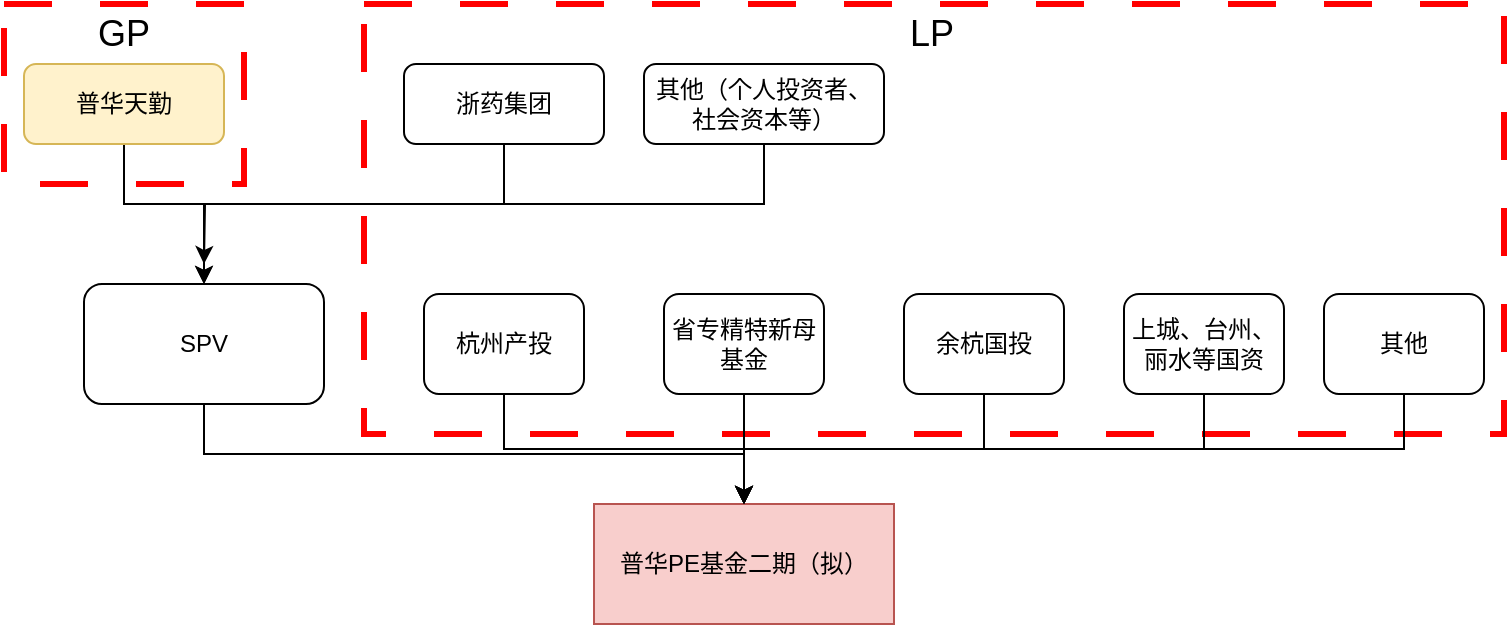
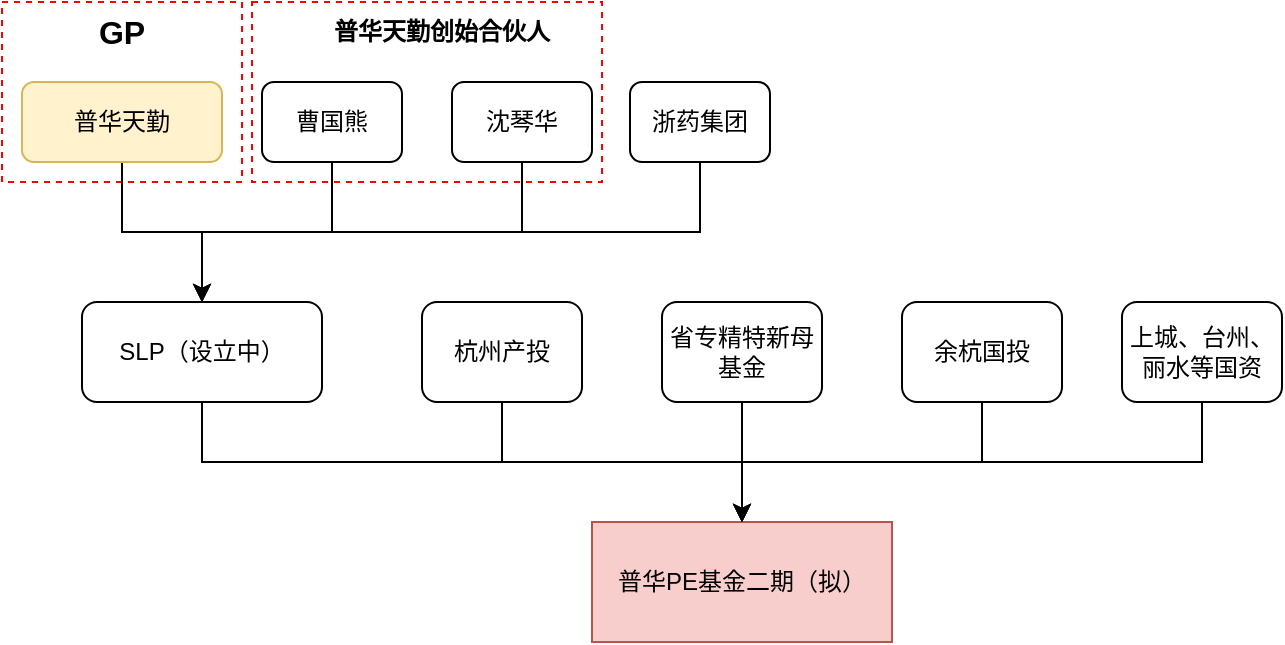
<mxfile host="app.diagrams.net">
  <diagram name="第 1 页" id="vSzaqKl99AmnVXAkMBch">
    <mxGraphModel dx="964" dy="544" grid="1" gridSize="10" guides="1" tooltips="1" connect="1" arrows="1" fold="1" page="1" pageScale="1" pageWidth="827" pageHeight="1169" math="0" shadow="0">
      <root>
        <mxCell id="0" />
        <mxCell id="1" parent="0" />
-         <mxCell id="kHC86Wg_KiulxIVY_OA_-25" parent="1" style="rounded=0;whiteSpace=wrap;html=1;fillColor=none;dashed=1;dashPattern=8 8;strokeColor=#FF0000;strokeWidth=3;" value="" vertex="1">
-           <mxGeometry height="90" width="120" x="30" y="20" as="geometry" />
-         </mxCell>
-         <mxCell id="kHC86Wg_KiulxIVY_OA_-26" parent="1" style="rounded=0;whiteSpace=wrap;html=1;fillColor=none;dashed=1;dashPattern=8 8;strokeColor=#FF0000;strokeWidth=3;" value="" vertex="1">
-           <mxGeometry height="215" width="570" x="210" y="20" as="geometry" />
+         <mxCell id="fmcpgHuEquxP98MMi7LT-20" parent="1" style="rounded=0;whiteSpace=wrap;html=1;fillColor=none;dashed=1;strokeColor=#FF0000;" value="" vertex="1">
+           <mxGeometry height="90" width="120" x="30" y="10" as="geometry" />
        </mxCell>
        <mxCell id="kHC86Wg_KiulxIVY_OA_-30" edge="1" parent="1" source="kHC86Wg_KiulxIVY_OA_-1" style="edgeStyle=orthogonalEdgeStyle;rounded=0;orthogonalLoop=1;jettySize=auto;html=1;exitX=0.5;exitY=1;exitDx=0;exitDy=0;entryX=0.5;entryY=0;entryDx=0;entryDy=0;" target="kHC86Wg_KiulxIVY_OA_-5">
          <mxGeometry relative="1" as="geometry" />
        </mxCell>
-         <mxCell id="kHC86Wg_KiulxIVY_OA_-1" parent="1" style="rounded=1;whiteSpace=wrap;html=1;" value="SPV" vertex="1">
-           <mxGeometry height="60" width="120" x="70" y="160" as="geometry" />
+         <mxCell id="kHC86Wg_KiulxIVY_OA_-1" parent="1" style="rounded=1;whiteSpace=wrap;html=1;" value="SLP（设立中）" vertex="1">
+           <mxGeometry height="50" width="120" x="70" y="160" as="geometry" />
        </mxCell>
-         <mxCell id="fmcpgHuEquxP98MMi7LT-5" edge="1" parent="1" source="kHC86Wg_KiulxIVY_OA_-2" style="edgeStyle=orthogonalEdgeStyle;rounded=0;orthogonalLoop=1;jettySize=auto;html=1;exitX=0.5;exitY=1;exitDx=0;exitDy=0;">
-           <mxGeometry relative="1" as="geometry">
-             <mxPoint x="130" y="150" as="targetPoint" />
-           </mxGeometry>
+         <mxCell id="fmcpgHuEquxP98MMi7LT-12" edge="1" parent="1" source="kHC86Wg_KiulxIVY_OA_-2" style="edgeStyle=orthogonalEdgeStyle;rounded=0;orthogonalLoop=1;jettySize=auto;html=1;exitX=0.5;exitY=1;exitDx=0;exitDy=0;entryX=0.5;entryY=0;entryDx=0;entryDy=0;" target="kHC86Wg_KiulxIVY_OA_-1">
+           <mxGeometry relative="1" as="geometry" />
        </mxCell>
        <mxCell id="kHC86Wg_KiulxIVY_OA_-2" parent="1" style="rounded=1;whiteSpace=wrap;html=1;fillColor=#fff2cc;strokeColor=#d6b656;" value="普华天勤" vertex="1">
          <mxGeometry height="40" width="100" x="40" y="50" as="geometry" />
        </mxCell>
        <mxCell id="kHC86Wg_KiulxIVY_OA_-5" parent="1" style="rounded=0;whiteSpace=wrap;html=1;fillColor=#f8cecc;strokeColor=#b85450;" value="普华PE基金二期（拟）" vertex="1">
          <mxGeometry height="60" width="150" x="325" y="270" as="geometry" />
        </mxCell>
-         <mxCell id="fmcpgHuEquxP98MMi7LT-4" edge="1" parent="1" source="kHC86Wg_KiulxIVY_OA_-8" style="edgeStyle=orthogonalEdgeStyle;rounded=0;orthogonalLoop=1;jettySize=auto;html=1;entryX=0.5;entryY=0;entryDx=0;entryDy=0;" target="kHC86Wg_KiulxIVY_OA_-1">
-           <mxGeometry relative="1" as="geometry">
-             <Array as="points">
-               <mxPoint x="280" y="120" />
-               <mxPoint x="130" y="120" />
-             </Array>
-           </mxGeometry>
+         <mxCell id="fmcpgHuEquxP98MMi7LT-15" edge="1" parent="1" source="kHC86Wg_KiulxIVY_OA_-8" style="edgeStyle=orthogonalEdgeStyle;rounded=0;orthogonalLoop=1;jettySize=auto;html=1;exitX=0.5;exitY=1;exitDx=0;exitDy=0;entryX=0.5;entryY=0;entryDx=0;entryDy=0;" target="kHC86Wg_KiulxIVY_OA_-1">
+           <mxGeometry relative="1" as="geometry" />
        </mxCell>
        <mxCell id="kHC86Wg_KiulxIVY_OA_-8" parent="1" style="rounded=1;whiteSpace=wrap;html=1;" value="浙药集团" vertex="1">
-           <mxGeometry height="40" width="100" x="230" y="50" as="geometry" />
+           <mxGeometry height="40" width="70" x="344" y="50" as="geometry" />
        </mxCell>
-         <mxCell id="kHC86Wg_KiulxIVY_OA_-10" parent="1" style="text;html=1;whiteSpace=wrap;strokeColor=none;fillColor=none;align=center;verticalAlign=middle;rounded=0;" value="&lt;font style=&quot;font-size: 18px;&quot;&gt;GP&lt;/font&gt;" vertex="1">
-           <mxGeometry height="30" width="60" x="60" y="20" as="geometry" />
+         <mxCell id="kHC86Wg_KiulxIVY_OA_-10" parent="1" style="text;html=1;whiteSpace=wrap;strokeColor=none;fillColor=none;align=center;verticalAlign=middle;rounded=0;" value="&lt;font style=&quot;font-size: 16px;&quot;&gt;&lt;b style=&quot;&quot;&gt;GP&lt;/b&gt;&lt;/font&gt;" vertex="1">
+           <mxGeometry height="30" width="60" x="60" y="10" as="geometry" />
        </mxCell>
        <mxCell id="kHC86Wg_KiulxIVY_OA_-21" edge="1" parent="1" source="kHC86Wg_KiulxIVY_OA_-13" style="edgeStyle=orthogonalEdgeStyle;rounded=0;orthogonalLoop=1;jettySize=auto;html=1;exitX=0.5;exitY=1;exitDx=0;exitDy=0;entryX=0.5;entryY=0;entryDx=0;entryDy=0;" target="kHC86Wg_KiulxIVY_OA_-5">
          <mxGeometry relative="1" as="geometry" />
        </mxCell>
        <mxCell id="kHC86Wg_KiulxIVY_OA_-13" parent="1" style="rounded=1;whiteSpace=wrap;html=1;" value="杭州产投" vertex="1">
-           <mxGeometry height="50" width="80" x="240" y="165" as="geometry" />
+           <mxGeometry height="50" width="80" x="240" y="160" as="geometry" />
        </mxCell>
        <mxCell id="kHC86Wg_KiulxIVY_OA_-22" edge="1" parent="1" source="kHC86Wg_KiulxIVY_OA_-15" style="edgeStyle=orthogonalEdgeStyle;rounded=0;orthogonalLoop=1;jettySize=auto;html=1;exitX=0.5;exitY=1;exitDx=0;exitDy=0;entryX=0.5;entryY=0;entryDx=0;entryDy=0;" target="kHC86Wg_KiulxIVY_OA_-5">
          <mxGeometry relative="1" as="geometry" />
        </mxCell>
        <mxCell id="kHC86Wg_KiulxIVY_OA_-15" parent="1" style="rounded=1;whiteSpace=wrap;html=1;" value="省专精特新母基金" vertex="1">
-           <mxGeometry height="50" width="80" x="360" y="165" as="geometry" />
+           <mxGeometry height="50" width="80" x="360" y="160" as="geometry" />
        </mxCell>
        <mxCell id="kHC86Wg_KiulxIVY_OA_-23" edge="1" parent="1" source="kHC86Wg_KiulxIVY_OA_-17" style="edgeStyle=orthogonalEdgeStyle;rounded=0;orthogonalLoop=1;jettySize=auto;html=1;exitX=0.5;exitY=1;exitDx=0;exitDy=0;entryX=0.5;entryY=0;entryDx=0;entryDy=0;" target="kHC86Wg_KiulxIVY_OA_-5">
          <mxGeometry relative="1" as="geometry" />
        </mxCell>
        <mxCell id="kHC86Wg_KiulxIVY_OA_-17" parent="1" style="rounded=1;whiteSpace=wrap;html=1;" value="余杭国投" vertex="1">
-           <mxGeometry height="50" width="80" x="480" y="165" as="geometry" />
+           <mxGeometry height="50" width="80" x="480" y="160" as="geometry" />
        </mxCell>
        <mxCell id="kHC86Wg_KiulxIVY_OA_-24" edge="1" parent="1" source="kHC86Wg_KiulxIVY_OA_-18" style="edgeStyle=orthogonalEdgeStyle;rounded=0;orthogonalLoop=1;jettySize=auto;html=1;exitX=0.5;exitY=1;exitDx=0;exitDy=0;entryX=0.5;entryY=0;entryDx=0;entryDy=0;" target="kHC86Wg_KiulxIVY_OA_-5">
          <mxGeometry relative="1" as="geometry" />
        </mxCell>
        <mxCell id="kHC86Wg_KiulxIVY_OA_-18" parent="1" style="rounded=1;whiteSpace=wrap;html=1;" value="上城、台州、丽水等国资" vertex="1">
-           <mxGeometry height="50" width="80" x="590" y="165" as="geometry" />
+           <mxGeometry height="50" width="80" x="590" y="160" as="geometry" />
        </mxCell>
-         <mxCell id="kHC86Wg_KiulxIVY_OA_-29" parent="1" style="text;html=1;whiteSpace=wrap;strokeColor=none;fillColor=none;align=center;verticalAlign=middle;rounded=0;fontSize=18;" value="LP" vertex="1">
-           <mxGeometry height="30" width="60" x="464" y="20" as="geometry" />
-         </mxCell>
-         <mxCell id="fmcpgHuEquxP98MMi7LT-3" edge="1" parent="1" source="fmcpgHuEquxP98MMi7LT-1" style="edgeStyle=orthogonalEdgeStyle;rounded=0;orthogonalLoop=1;jettySize=auto;html=1;" target="kHC86Wg_KiulxIVY_OA_-1">
-           <mxGeometry relative="1" as="geometry">
-             <Array as="points">
-               <mxPoint x="410" y="120" />
-               <mxPoint x="130" y="120" />
-             </Array>
-           </mxGeometry>
-         </mxCell>
-         <mxCell id="fmcpgHuEquxP98MMi7LT-1" parent="1" style="rounded=1;whiteSpace=wrap;html=1;" value="其他（个人投资者、社会资本等）" vertex="1">
-           <mxGeometry height="40" width="120" x="350" y="50" as="geometry" />
-         </mxCell>
-         <mxCell id="fmcpgHuEquxP98MMi7LT-7" edge="1" parent="1" source="fmcpgHuEquxP98MMi7LT-6" style="edgeStyle=orthogonalEdgeStyle;rounded=0;orthogonalLoop=1;jettySize=auto;html=1;exitX=0.5;exitY=1;exitDx=0;exitDy=0;entryX=0.5;entryY=0;entryDx=0;entryDy=0;" target="kHC86Wg_KiulxIVY_OA_-5">
+         <mxCell id="fmcpgHuEquxP98MMi7LT-13" edge="1" parent="1" source="fmcpgHuEquxP98MMi7LT-8" style="edgeStyle=orthogonalEdgeStyle;rounded=0;orthogonalLoop=1;jettySize=auto;html=1;exitX=0.5;exitY=1;exitDx=0;exitDy=0;entryX=0.5;entryY=0;entryDx=0;entryDy=0;" target="kHC86Wg_KiulxIVY_OA_-1">
          <mxGeometry relative="1" as="geometry" />
        </mxCell>
-         <mxCell id="fmcpgHuEquxP98MMi7LT-6" parent="1" style="rounded=1;whiteSpace=wrap;html=1;" value="其他" vertex="1">
-           <mxGeometry height="50" width="80" x="690" y="165" as="geometry" />
+         <mxCell id="fmcpgHuEquxP98MMi7LT-8" parent="1" style="rounded=1;whiteSpace=wrap;html=1;" value="曹国熊" vertex="1">
+           <mxGeometry height="40" width="70" x="160" y="50" as="geometry" />
+         </mxCell>
+         <mxCell id="fmcpgHuEquxP98MMi7LT-14" edge="1" parent="1" source="fmcpgHuEquxP98MMi7LT-9" style="edgeStyle=orthogonalEdgeStyle;rounded=0;orthogonalLoop=1;jettySize=auto;html=1;exitX=0.5;exitY=1;exitDx=0;exitDy=0;entryX=0.5;entryY=0;entryDx=0;entryDy=0;" target="kHC86Wg_KiulxIVY_OA_-1">
+           <mxGeometry relative="1" as="geometry" />
+         </mxCell>
+         <mxCell id="fmcpgHuEquxP98MMi7LT-9" parent="1" style="rounded=1;whiteSpace=wrap;html=1;" value="沈琴华" vertex="1">
+           <mxGeometry height="40" width="70" x="255" y="50" as="geometry" />
+         </mxCell>
+         <mxCell id="fmcpgHuEquxP98MMi7LT-10" parent="1" style="text;html=1;whiteSpace=wrap;strokeColor=none;fillColor=none;align=center;verticalAlign=middle;rounded=0;fontStyle=1" value="普华天勤创始合伙人" vertex="1">
+           <mxGeometry height="30" width="120" x="190" y="10" as="geometry" />
+         </mxCell>
+         <mxCell id="fmcpgHuEquxP98MMi7LT-21" parent="1" style="rounded=0;whiteSpace=wrap;html=1;fillColor=none;dashed=1;strokeColor=#FF0000;" value="" vertex="1">
+           <mxGeometry height="90" width="175" x="155" y="10" as="geometry" />
        </mxCell>
      </root>
    </mxGraphModel>
  </diagram>
</mxfile>
